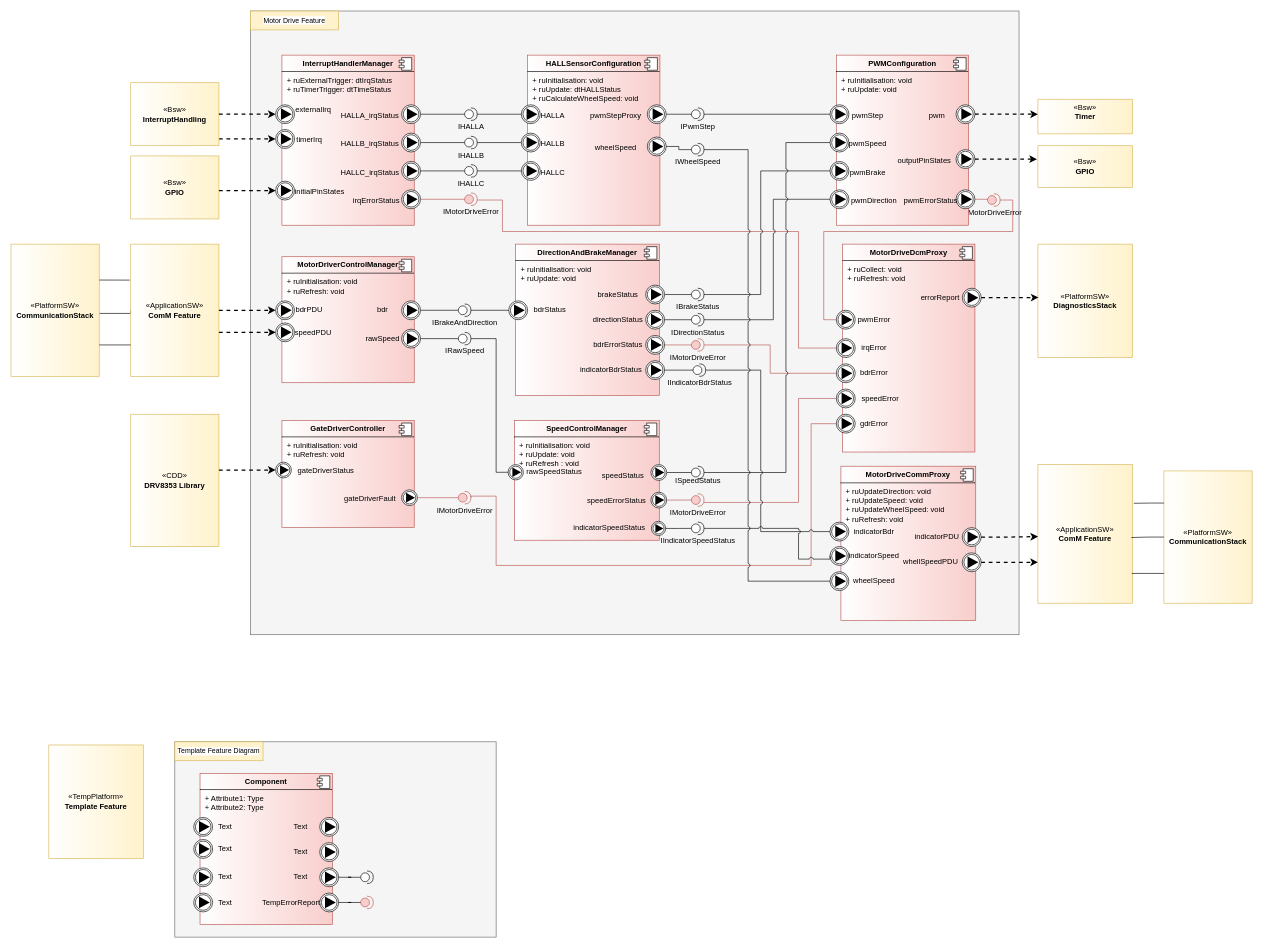
The draw.io diagram Task3/EMobil_Driver_MotorDriveFeature.drawio in EgeMobil/EEM_TASK, before the edit. Source tidied: cells renumbered, new cells numbered last; positions are measured from the earlier drawing's top-left corner, leaving out a move shared by most shapes. Both pictures are drawn from the tidied source at 63%, with x=0, y=0 at pixel (11, 11).
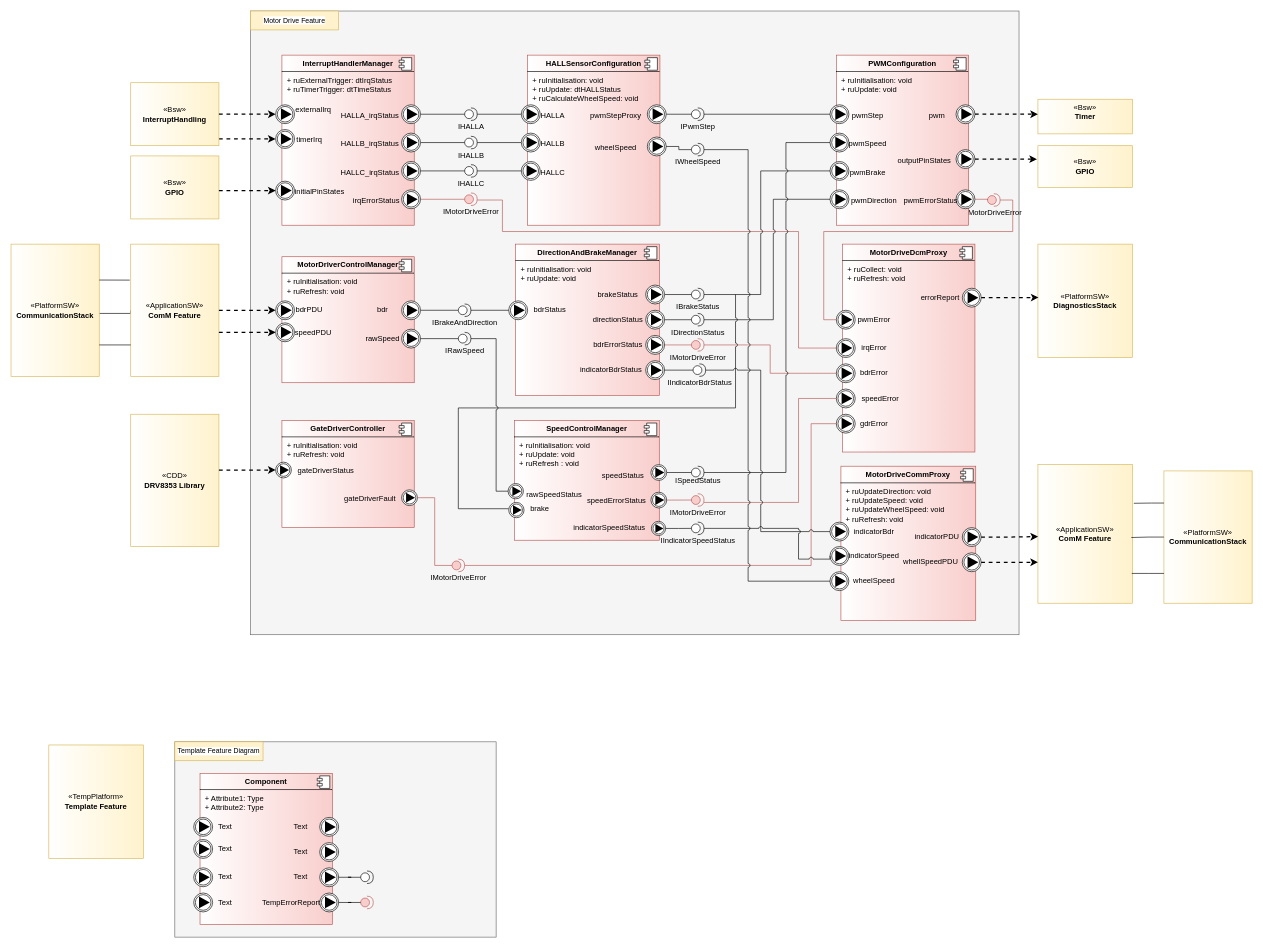
After the change.

Commit message:
v1.4.1 - New port added for SpeedControlManager

Unchanged cells that the change refers to:
```xml
<mxCell id="179" style="points=[[0.145,0.145,0],[0.5,0,0],[0.855,0.145,0],[1,0.5,0],[0.855,0.855,0],[0.5,1,0],[0.145,0.855,0],[0,0.5,0]];shape=mxgraph.bpmn.event;html=1;verticalLabelPosition=bottom;labelBackgroundColor=#ffffff;verticalAlign=top;align=center;perimeter=ellipsePerimeter;outlineConnect=0;outline=throwing;symbol=signal;direction=south;strokeOpacity=100;noLabel=0;strokeColor=default;fillColor=default;fillStyle=auto;strokeWidth=1;fixedWidth=1;" parent="178" vertex="1">
  <mxGeometry width="30" height="30" as="geometry" />
</mxCell>
<mxCell id="194" value="IRawSpeed" style="shape=providedRequiredInterface;html=1;verticalLabelPosition=bottom;sketch=0;direction=east;" parent="1" vertex="1">
  <mxGeometry x="710" y="510" width="20" height="20" as="geometry" />
</mxCell>
<mxCell id="212" style="group;" parent="211" vertex="1">
  <mxGeometry x="20" width="240" height="190" as="geometry" />
</mxCell>
```

Diff of the diagram source:
```diff
@@
-    <mxCell id="221" style="group;" parent="212" vertex="1">
-      <mxGeometry x="-20" y="70" width="120" height="35" as="geometry" />
-    </mxCell>
-    <mxCell id="222" style="points=[[0.145,0.145,0],[0.5,0,0],[0.855,0.145,0],[1,0.5,0],[0.855,0.855,0],[0.5,1,0],[0.145,0.855,0],[0,0.5,0]];shape=mxgraph.bpmn.event;html=1;verticalLabelPosition=bottom;labelBackgroundColor=#ffffff;verticalAlign=top;align=center;perimeter=ellipsePerimeter;outlineConnect=0;outline=throwing;symbol=signal;direction=south;strokeOpacity=100;noLabel=0;strokeColor=default;fillColor=default;fillStyle=auto;strokeWidth=1;fixedWidth=1;" parent="221" vertex="1">
-      <mxGeometry width="24.3" height="24.3" as="geometry" />
-    </mxCell>
@@
+    <mxCell id="279" value="brake" style="text;html=1;align=center;verticalAlign=middle;whiteSpace=wrap;rounded=0;" parent="212" vertex="1">
+      <mxGeometry x="1" y="130" width="59.3" height="20" as="geometry" />
+    </mxCell>
+    <mxCell id="280" style="edgeStyle=orthogonalEdgeStyle;rounded=0;orthogonalLoop=1;jettySize=auto;html=1;exitX=0.5;exitY=1;exitDx=0;exitDy=0;exitPerimeter=0;endArrow=none;endFill=0;jumpStyle=arc;" parent="212" edge="1">
+      <mxGeometry relative="1" as="geometry">
+        <mxPoint x="-19" y="140" as="sourcePoint" />
+        <mxPoint x="341" y="-200" as="targetPoint" />
+        <Array as="points">
+          <mxPoint x="-99" y="140" />
+          <mxPoint x="-99" y="-20" />
+          <mxPoint x="341" y="-20" />
+        </Array>
+      </mxGeometry>
+    </mxCell>
+    <mxCell id="258" value="rawSpeedStatus" style="text;html=1;align=center;verticalAlign=middle;whiteSpace=wrap;rounded=0;" parent="212" vertex="1">
+      <mxGeometry x="21" y="100" width="64.9" height="35" as="geometry" />
+    </mxCell>
@@
     <mxCell id="236" value="IMotorDriveError" style="shape=providedRequiredInterface;html=1;verticalLabelPosition=bottom;sketch=0;fillColor=#f8cecc;strokeColor=#b85450;" parent="1" vertex="1">
-      <mxGeometry x="710" y="762.5" width="20" height="20" as="geometry" />
+      <mxGeometry x="700" y="870" width="20" height="20" as="geometry" />
     </mxCell>
@@
     <mxCell id="238" style="edgeStyle=orthogonalEdgeStyle;rounded=0;jumpStyle=arc;jettySize=auto;html=1;entryX=0.5;entryY=1;entryDx=0;entryDy=0;entryPerimeter=0;strokeColor=#b85450;align=center;verticalAlign=middle;fontFamily=Helvetica;fontSize=12;fontColor=default;labelBackgroundColor=default;endArrow=none;endFill=0;fillColor=#f8cecc;exitX=1;exitY=0.5;exitDx=0;exitDy=0;exitPerimeter=0;" parent="1" edge="1" source="236" target="179">
       <mxGeometry relative="1" as="geometry">
         <Array as="points">
-          <mxPoint x="730" y="770" />
-          <mxPoint x="770" y="770" />
-          <mxPoint x="770" y="880" />
           <mxPoint x="1270" y="880" />
           <mxPoint x="1270" y="655" />
         </Array>
       </mxGeometry>
     </mxCell>
@@
     <mxCell id="240" style="edgeStyle=orthogonalEdgeStyle;rounded=0;jumpStyle=arc;jettySize=auto;html=1;entryX=0.5;entryY=1;entryDx=0;entryDy=0;entryPerimeter=0;strokeColor=default;align=center;verticalAlign=middle;fontFamily=Helvetica;fontSize=12;fontColor=default;labelBackgroundColor=default;endArrow=none;endFill=0;exitX=1;exitY=0.5;exitDx=0;exitDy=0;exitPerimeter=0;" parent="1" edge="1" source="194" target="222">
       <mxGeometry relative="1" as="geometry">
         <Array as="points">
           <mxPoint x="770" y="520" />
-          <mxPoint x="770" y="732" />
+          <mxPoint x="770" y="762" />
         </Array>
       </mxGeometry>
     </mxCell>
@@
-    <mxCell id="258" value="rawSpeedStatus" style="text;html=1;align=center;verticalAlign=middle;whiteSpace=wrap;rounded=0;" parent="1" vertex="1">
-      <mxGeometry x="830" y="714.7" width="64.9" height="35" as="geometry" />
-    </mxCell>
@@
+    <mxCell id="221" style="group;" parent="1" vertex="1">
+      <mxGeometry x="789" y="750" width="120" height="35" as="geometry" />
+    </mxCell>
+    <mxCell id="222" style="points=[[0.145,0.145,0],[0.5,0,0],[0.855,0.145,0],[1,0.5,0],[0.855,0.855,0],[0.5,1,0],[0.145,0.855,0],[0,0.5,0]];shape=mxgraph.bpmn.event;html=1;verticalLabelPosition=bottom;labelBackgroundColor=#ffffff;verticalAlign=top;align=center;perimeter=ellipsePerimeter;outlineConnect=0;outline=throwing;symbol=signal;direction=south;strokeOpacity=100;noLabel=0;strokeColor=default;fillColor=default;fillStyle=auto;strokeWidth=1;fixedWidth=1;" parent="221" vertex="1">
+      <mxGeometry width="24.3" height="24.3" as="geometry" />
+    </mxCell>
+    <mxCell id="281" style="group;" parent="1" vertex="1">
+      <mxGeometry x="790" y="780" width="120" height="35" as="geometry" />
+    </mxCell>
+    <mxCell id="282" style="shape=mxgraph.bpmn.event;html=1;verticalLabelPosition=bottom;labelBackgroundColor=#ffffff;verticalAlign=top;align=center;perimeter=ellipsePerimeter;outline=throwing;symbol=signal;direction=south;strokeOpacity=100;noLabel=0;strokeColor=default;fillColor=default;fillStyle=auto;strokeWidth=1;fixedWidth=1;" parent="281" vertex="1">
+      <mxGeometry width="24.3" height="24.3" as="geometry" />
+    </mxCell>
```
